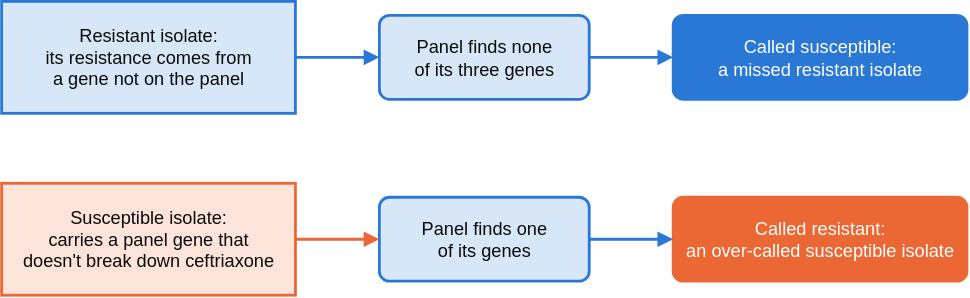
Above: slides/img/illustrations/ch06-panel-errors.drawio.svg in bu-cds-bf550/bu-cds-bf550.github.io (draw.io), before the change. Source tidied: cells renumbered, new cells last; positions are measured from the earlier drawing's top-left corner, leaving out a move shared by most shapes.
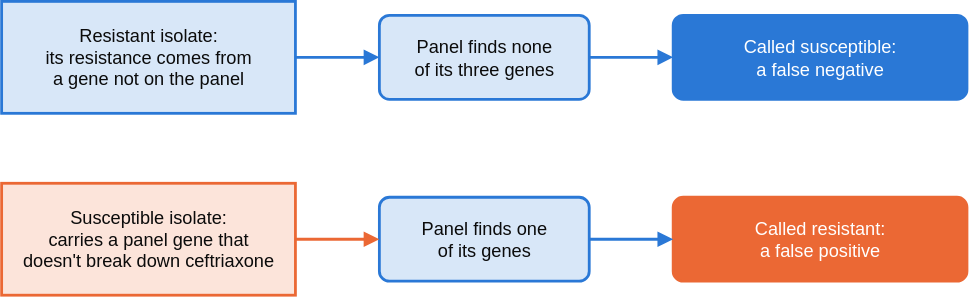
After the commit.

Commit message:
Unit 6 decks say false positive and false negative, not over-called and missed

Diff of the diagram source:
```diff
@@ -8,7 +8,7 @@
     <mxCell id="3" value="Panel finds none&#10;of its three genes" style="rounded=1;arcSize=12;whiteSpace=wrap;html=1;fillColor=#2a78d62E;strokeColor=#2a78d6;strokeWidth=2;fontColor=#0b0b0b;fontFamily=Helvetica;fontSize=13;verticalAlign=middle;" parent="1" vertex="1">
       <mxGeometry x="270" y="10" width="150" height="60" as="geometry" />
     </mxCell>
-    <mxCell id="4" value="Called susceptible:&#10;a missed resistant isolate" style="rounded=1;arcSize=12;whiteSpace=wrap;html=1;fillColor=#2a78d6;strokeColor=#2a78d6;strokeWidth=2;fontColor=#ffffff;fontFamily=Helvetica;fontSize=13;verticalAlign=middle;" parent="1" vertex="1">
+    <mxCell id="4" value="Called susceptible:&#10;a false negative" style="rounded=1;arcSize=12;whiteSpace=wrap;html=1;fillColor=#2a78d6;strokeColor=#2a78d6;strokeWidth=2;fontColor=#ffffff;fontFamily=Helvetica;fontSize=13;verticalAlign=middle;" parent="1" vertex="1">
       <mxGeometry x="480" y="10" width="210" height="60" as="geometry" />
     </mxCell>
     <mxCell id="5" value="Susceptible isolate:&#10;carries a panel gene that&#10;doesn't break down ceftriaxone" style="rounded=0;arcSize=12;whiteSpace=wrap;html=1;fillColor=#eb68342E;strokeColor=#eb6834;strokeWidth=2;fontColor=#0b0b0b;fontFamily=Helvetica;fontSize=13;verticalAlign=middle;" parent="1" vertex="1">
@@ -17,7 +17,7 @@
     <mxCell id="6" value="Panel finds one&#10;of its genes" style="rounded=1;arcSize=12;whiteSpace=wrap;html=1;fillColor=#2a78d62E;strokeColor=#2a78d6;strokeWidth=2;fontColor=#0b0b0b;fontFamily=Helvetica;fontSize=13;verticalAlign=middle;" parent="1" vertex="1">
       <mxGeometry x="270" y="140" width="150" height="60" as="geometry" />
     </mxCell>
-    <mxCell id="7" value="Called resistant:&#10;an over-called susceptible isolate" style="rounded=1;arcSize=12;whiteSpace=wrap;html=1;fillColor=#eb6834;strokeColor=#eb6834;strokeWidth=2;fontColor=#ffffff;fontFamily=Helvetica;fontSize=13;verticalAlign=middle;" parent="1" vertex="1">
+    <mxCell id="7" value="Called resistant:&#10;a false positive" style="rounded=1;arcSize=12;whiteSpace=wrap;html=1;fillColor=#eb6834;strokeColor=#eb6834;strokeWidth=2;fontColor=#ffffff;fontFamily=Helvetica;fontSize=13;verticalAlign=middle;" parent="1" vertex="1">
       <mxGeometry x="480" y="140" width="210" height="60" as="geometry" />
     </mxCell>
     <mxCell id="8" style="edgeStyle=orthogonalEdgeStyle;rounded=1;html=1;strokeColor=#2a78d6;strokeWidth=2;fontColor=#52514e;fontFamily=Helvetica;fontSize=11;endArrow=block;endFill=1;" parent="1" edge="1" source="2" target="3">
```
